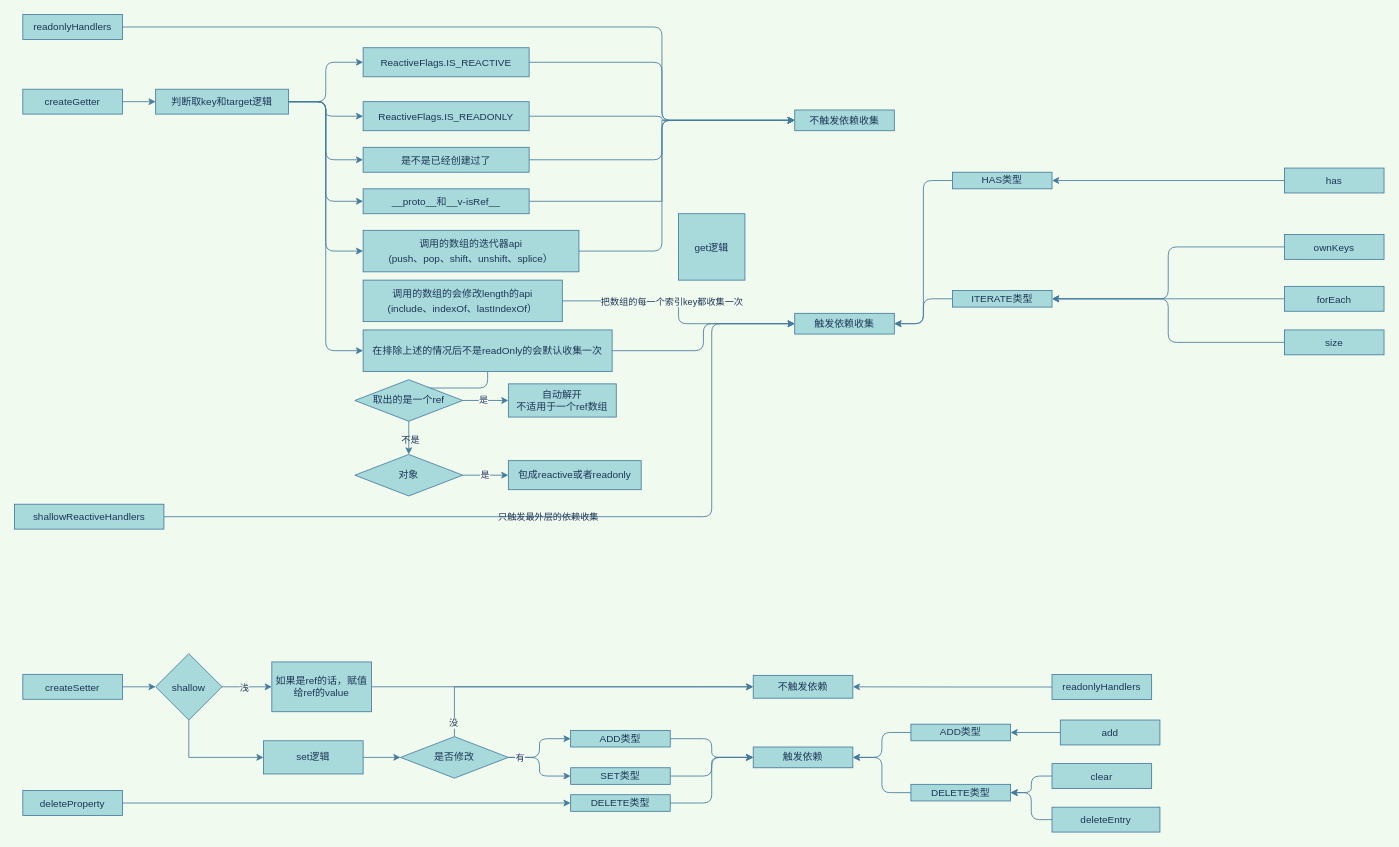
Above: vue3/reactivity/resource/drawio/handlers.drawio in OnlyALittle/jsNote (draw.io), before the change. Source tidied: cells renumbered, new cells numbered last; positions are measured from the earlier drawing's top-left corner, leaving out a move shared by most shapes. Both pictures are drawn from the tidied source at 83%, with x=0, y=0 at pixel (14, -646).
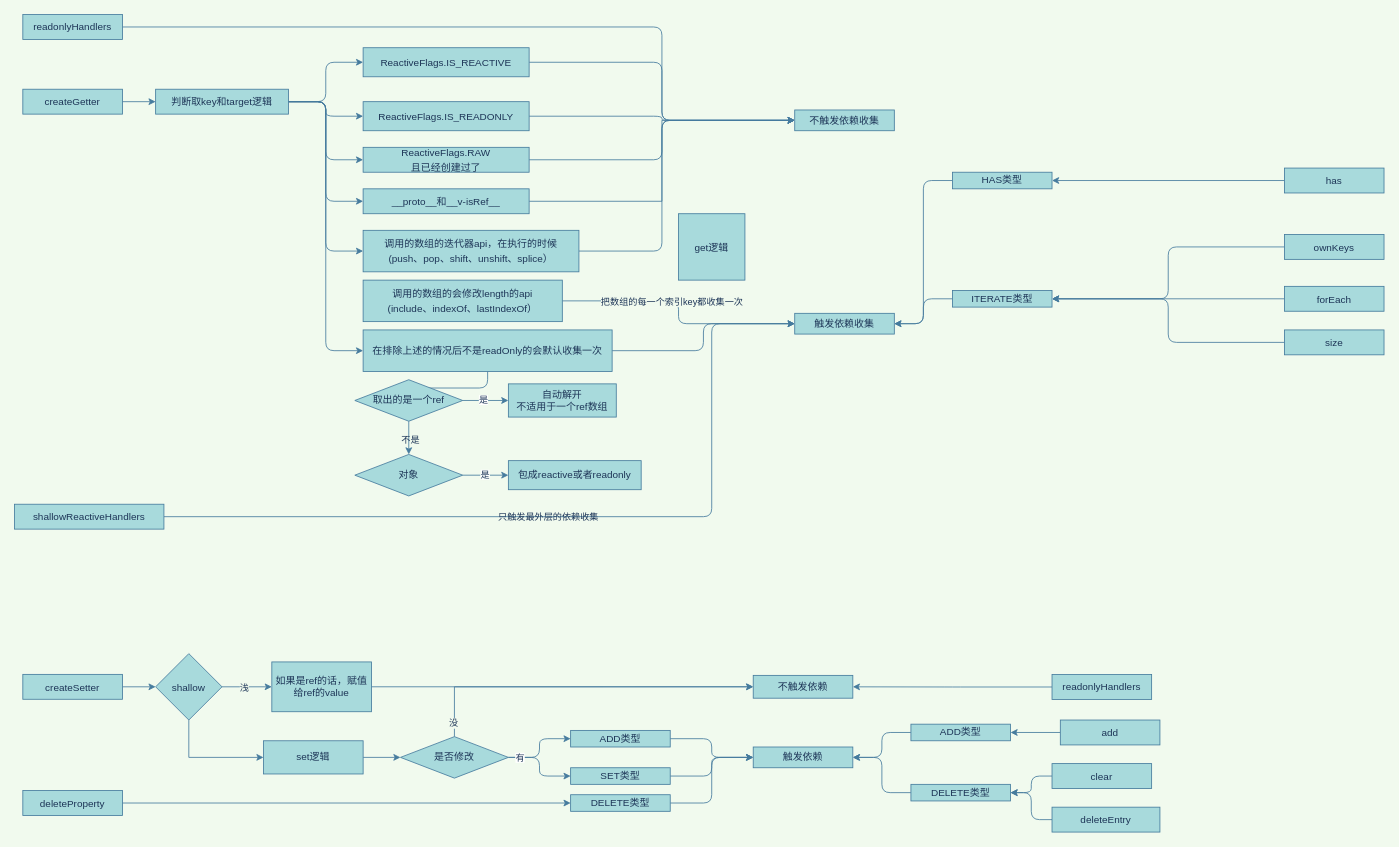
The same page after the edit.

What changed in the source:
```diff
@@
-    <mxCell id="26" value="&lt;div style=&quot;line-height: 18px&quot;&gt;是不是已经创建过了&lt;/div&gt;" style="rounded=0;whiteSpace=wrap;html=1;sketch=0;strokeColor=#457B9D;fillColor=#A8DADC;fontColor=#1D3557;labelBackgroundColor=none;" parent="1" vertex="1">
+    <mxCell id="26" value="&lt;div style=&quot;line-height: 18px&quot;&gt;ReactiveFlags.RAW&lt;/div&gt;&lt;div style=&quot;line-height: 18px&quot;&gt;且已经创建过了&lt;/div&gt;" style="rounded=0;whiteSpace=wrap;html=1;sketch=0;strokeColor=#457B9D;fillColor=#A8DADC;fontColor=#1D3557;labelBackgroundColor=none;" parent="1" vertex="1">
       <mxGeometry x="420" y="955" width="200" height="30" as="geometry" />
     </mxCell>
@@
-    <mxCell id="30" value="&lt;div style=&quot;line-height: 18px&quot;&gt;调用的数组的迭代器api&lt;/div&gt;&lt;div style=&quot;line-height: 18px&quot;&gt;(push、pop、shift、unshift、splice）&lt;/div&gt;" style="rounded=0;whiteSpace=wrap;html=1;sketch=0;strokeColor=#457B9D;fillColor=#A8DADC;fontColor=#1D3557;labelBackgroundColor=none;" parent="1" vertex="1">
+    <mxCell id="30" value="&lt;div style=&quot;line-height: 18px&quot;&gt;调用的数组的迭代器api，在执行的时候&lt;/div&gt;&lt;div style=&quot;line-height: 18px&quot;&gt;(push、pop、shift、unshift、splice）&lt;/div&gt;" style="rounded=0;whiteSpace=wrap;html=1;sketch=0;strokeColor=#457B9D;fillColor=#A8DADC;fontColor=#1D3557;labelBackgroundColor=none;" parent="1" vertex="1">
       <mxGeometry x="420" y="1055" width="260" height="50" as="geometry" />
     </mxCell>
```
